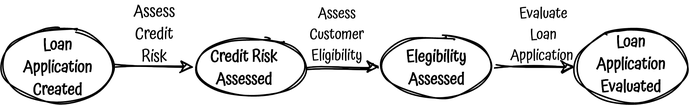
This is doc/img/state-machine.png from albertllousas/functional-domain-driven-design, a draw.io export, as it was before one commit. Source tidied: cells renumbered, new cells last; positions are measured from the earlier drawing's top-left corner, leaving out a move shared by most shapes.
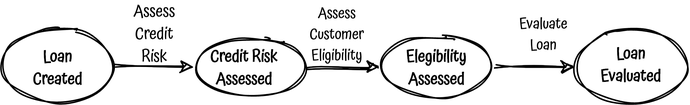
The same diagram one commit later.

Diff of the diagram source:
```diff
@@ -14,7 +14,7 @@
     <mxCell id="5" value="&lt;font style=&quot;font-size: 11px&quot; face=&quot;Atma&quot;&gt;Assess&lt;br&gt;Credit&lt;br&gt;Risk&lt;br&gt;&lt;/font&gt;" style="text;html=1;strokeColor=none;fillColor=none;align=center;verticalAlign=middle;whiteSpace=wrap;rounded=0;sketch=1;" parent="1" vertex="1">
       <mxGeometry x="83" y="1" width="40" height="20" as="geometry" />
     </mxCell>
-    <mxCell id="6" value="&lt;font face=&quot;Atma&quot; style=&quot;font-size: 11px&quot;&gt;&lt;span&gt;Loan&lt;br&gt;Application&lt;br&gt;Created&lt;br&gt;&lt;/span&gt;&lt;/font&gt;" style="text;html=1;strokeColor=none;fillColor=none;align=center;verticalAlign=middle;whiteSpace=wrap;rounded=0;sketch=1;fontStyle=1;" parent="1" vertex="1">
+    <mxCell id="6" value="&lt;font face=&quot;Atma&quot; style=&quot;font-size: 11px&quot;&gt;&lt;span&gt;Loan&lt;br&gt;Created&lt;br&gt;&lt;/span&gt;&lt;/font&gt;" style="text;html=1;strokeColor=none;fillColor=none;align=center;verticalAlign=middle;whiteSpace=wrap;rounded=0;sketch=1;fontStyle=1;" parent="1" vertex="1">
       <mxGeometry x="29.6" y="23" width="17" height="20" as="geometry" />
     </mxCell>
     <mxCell id="7" value="&lt;font face=&quot;Atma&quot; style=&quot;font-size: 11px&quot;&gt;&lt;span&gt;Credit Risk&lt;br&gt;Assessed&lt;br&gt;&lt;/span&gt;&lt;/font&gt;" style="text;html=1;strokeColor=none;fillColor=none;align=center;verticalAlign=middle;whiteSpace=wrap;rounded=0;sketch=1;fontStyle=1;" parent="1" vertex="1">
@@ -23,10 +23,10 @@
     <mxCell id="8" value="&lt;font style=&quot;font-size: 10px&quot; face=&quot;Atma&quot;&gt;Assess&lt;br&gt;Customer&lt;br&gt;Eligibility&lt;br&gt;&lt;/font&gt;" style="text;html=1;strokeColor=none;fillColor=none;align=center;verticalAlign=middle;whiteSpace=wrap;rounded=0;sketch=1;" parent="1" vertex="1">
       <mxGeometry x="205.4" width="40" height="20" as="geometry" />
     </mxCell>
-    <mxCell id="9" value="&lt;font style=&quot;font-size: 10px&quot; face=&quot;Atma&quot;&gt;Evaluate&lt;br&gt;Loan&lt;br&gt;Application&amp;nbsp;&lt;br&gt;&lt;/font&gt;" style="text;html=1;strokeColor=none;fillColor=none;align=center;verticalAlign=middle;whiteSpace=wrap;rounded=0;sketch=1;" parent="1" vertex="1">
+    <mxCell id="9" value="&lt;font style=&quot;font-size: 10px&quot; face=&quot;Atma&quot;&gt;Evaluate&lt;br&gt;Loan&lt;br&gt;&lt;/font&gt;" style="text;html=1;strokeColor=none;fillColor=none;align=center;verticalAlign=middle;whiteSpace=wrap;rounded=0;sketch=1;" parent="1" vertex="1">
       <mxGeometry x="343" width="40" height="20" as="geometry" />
     </mxCell>
-    <mxCell id="10" value="&lt;font face=&quot;Atma&quot; style=&quot;font-size: 11px&quot;&gt;&lt;span&gt;Loan Application&lt;br&gt;Evaluated&lt;br&gt;&lt;/span&gt;&lt;/font&gt;" style="text;html=1;strokeColor=none;fillColor=none;align=center;verticalAlign=middle;whiteSpace=wrap;rounded=0;sketch=1;fontStyle=1;" parent="1" vertex="1">
+    <mxCell id="10" value="&lt;font face=&quot;Atma&quot; style=&quot;font-size: 11px&quot;&gt;&lt;span&gt;Loan&lt;br&gt;Evaluated&lt;br&gt;&lt;/span&gt;&lt;/font&gt;" style="text;html=1;strokeColor=none;fillColor=none;align=center;verticalAlign=middle;whiteSpace=wrap;rounded=0;sketch=1;fontStyle=1;" parent="1" vertex="1">
       <mxGeometry x="412.9" y="21" width="17" height="20" as="geometry" />
     </mxCell>
     <mxCell id="11" style="endArrow=classic;html=1;sketch=1;entryX=0;entryY=0.5;entryDx=0;entryDy=0;exitX=1;exitY=0.5;exitDx=0;exitDy=0;" parent="1" edge="1" source="4" target="3">
```
